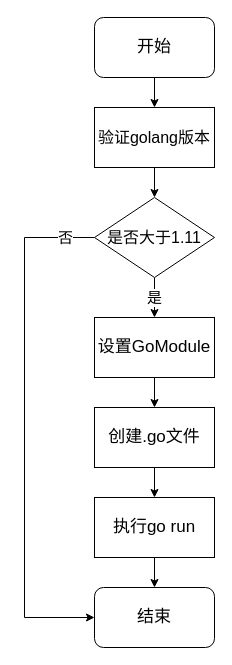
This is golang任务.drawio from tianshengdiwangK/common, a draw.io file, before an edit. Source tidied: cells renumbered, new cells numbered last; positions are measured from the earlier drawing's top-left corner, leaving out a move shared by most shapes. Both pictures are drawn from the tidied source at 100%, with x=0, y=0 at pixel (24, 17).
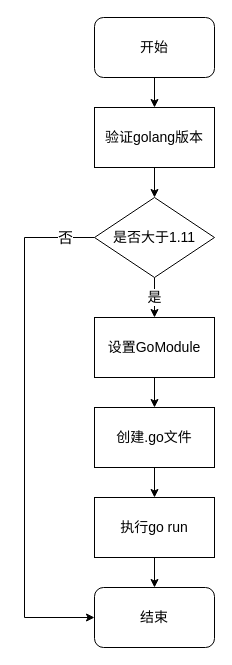
After the change.

Change to the diagram source:
```diff
@@
 <mxGraphModel>
   <root>
     <mxCell id="0" />
     <mxCell id="1" parent="0" />
     <mxCell id="2" style="edgeStyle=orthogonalEdgeStyle;rounded=0;jettySize=auto;html=1;entryX=0.5;entryY=0;entryDx=0;entryDy=0;" parent="1" edge="1" source="3" target="5">
       <mxGeometry relative="1" as="geometry" />
     </mxCell>
-    <mxCell id="3" value="&lt;font style=&quot;font-size: 17px;&quot;&gt;开始&lt;/font&gt;" style="rounded=1;whiteSpace=wrap;html=1;" parent="1" vertex="1">
+    <mxCell id="3" value="&lt;font style=&quot;font-size: 14px;&quot;&gt;开始&lt;/font&gt;" style="rounded=1;whiteSpace=wrap;html=1;" parent="1" vertex="1">
       <mxGeometry x="70" width="120" height="60" as="geometry" />
     </mxCell>
     <mxCell id="4" style="edgeStyle=orthogonalEdgeStyle;rounded=0;jettySize=auto;html=1;entryX=0.5;entryY=0;entryDx=0;entryDy=0;" parent="1" edge="1" source="5" target="9">
       <mxGeometry relative="1" as="geometry" />
     </mxCell>
-    <mxCell id="5" value="&lt;font style=&quot;font-size: 16px;&quot;&gt;验证golang版本&lt;/font&gt;" style="rounded=0;whiteSpace=wrap;html=1;" parent="1" vertex="1">
+    <mxCell id="5" value="&lt;font style=&quot;font-size: 14px;&quot;&gt;验证golang版本&lt;/font&gt;" style="rounded=0;whiteSpace=wrap;html=1;" parent="1" vertex="1">
       <mxGeometry x="70" y="90" width="120" height="60" as="geometry" />
     </mxCell>
-    <mxCell id="6" value="&lt;font style=&quot;font-size: 15px;&quot;&gt;是&lt;/font&gt;" style="edgeStyle=orthogonalEdgeStyle;rounded=0;jettySize=auto;html=1;entryX=0.5;entryY=0;entryDx=0;entryDy=0;" parent="1" edge="1" source="9" target="11">
+    <mxCell id="6" value="&lt;font style=&quot;font-size: 14px;&quot;&gt;是&lt;/font&gt;" style="edgeStyle=orthogonalEdgeStyle;rounded=0;jettySize=auto;html=1;entryX=0.5;entryY=0;entryDx=0;entryDy=0;" parent="1" edge="1" source="9" target="11">
       <mxGeometry relative="1" as="geometry" />
     </mxCell>
     <mxCell id="7" style="rounded=0;jettySize=auto;html=1;exitX=0;exitY=0.5;exitDx=0;exitDy=0;entryX=0;entryY=0.5;entryDx=0;entryDy=0;edgeStyle=orthogonalEdgeStyle;" parent="1" edge="1" source="9" target="16">
       <mxGeometry relative="1" as="geometry">
         <Array as="points">
           <mxPoint y="220" />
           <mxPoint y="600" />
         </Array>
       </mxGeometry>
     </mxCell>
     <mxCell id="8" value="&lt;font style=&quot;font-size: 15px;&quot;&gt;否&lt;/font&gt;" style="edgeLabel;html=1;align=center;verticalAlign=middle;" parent="7" vertex="1">
       <mxGeometry x="-0.89" y="-1" relative="1" as="geometry">
         <mxPoint x="-1" as="offset" />
       </mxGeometry>
     </mxCell>
-    <mxCell id="9" value="&lt;font style=&quot;font-size: 16px;&quot;&gt;是否大于1.11&lt;/font&gt;" style="rhombus;whiteSpace=wrap;html=1;" parent="1" vertex="1">
+    <mxCell id="9" value="&lt;font style=&quot;font-size: 14px;&quot;&gt;是否大于1.11&lt;/font&gt;" style="rhombus;whiteSpace=wrap;html=1;" parent="1" vertex="1">
       <mxGeometry x="70" y="180" width="120" height="80" as="geometry" />
     </mxCell>
     <mxCell id="10" style="edgeStyle=orthogonalEdgeStyle;rounded=0;jettySize=auto;html=1;entryX=0.5;entryY=0;entryDx=0;entryDy=0;" parent="1" edge="1" source="11" target="13">
       <mxGeometry relative="1" as="geometry" />
     </mxCell>
-    <mxCell id="11" value="&lt;font style=&quot;font-size: 17px;&quot;&gt;设置GoModule&lt;/font&gt;" style="rounded=0;whiteSpace=wrap;html=1;" parent="1" vertex="1">
+    <mxCell id="11" value="&lt;font style=&quot;font-size: 14px;&quot;&gt;设置GoModule&lt;/font&gt;" style="rounded=0;whiteSpace=wrap;html=1;" parent="1" vertex="1">
       <mxGeometry x="70" y="300" width="120" height="60" as="geometry" />
     </mxCell>
     <mxCell id="12" style="edgeStyle=orthogonalEdgeStyle;rounded=0;jettySize=auto;html=1;entryX=0.5;entryY=0;entryDx=0;entryDy=0;" parent="1" edge="1" source="13" target="15">
       <mxGeometry relative="1" as="geometry" />
     </mxCell>
-    <mxCell id="13" value="&lt;font style=&quot;font-size: 17px;&quot;&gt;创建.go文件&lt;/font&gt;" style="rounded=0;whiteSpace=wrap;html=1;" parent="1" vertex="1">
+    <mxCell id="13" value="&lt;font style=&quot;font-size: 14px;&quot;&gt;创建.go文件&lt;/font&gt;" style="rounded=0;whiteSpace=wrap;html=1;" parent="1" vertex="1">
       <mxGeometry x="70" y="390" width="120" height="60" as="geometry" />
     </mxCell>
     <mxCell id="14" style="edgeStyle=orthogonalEdgeStyle;rounded=0;jettySize=auto;html=1;entryX=0.5;entryY=0;entryDx=0;entryDy=0;" parent="1" edge="1" source="15" target="16">
       <mxGeometry relative="1" as="geometry" />
     </mxCell>
-    <mxCell id="15" value="&lt;font style=&quot;font-size: 17px;&quot;&gt;执行go run&lt;/font&gt;" style="rounded=0;whiteSpace=wrap;html=1;" parent="1" vertex="1">
+    <mxCell id="15" value="&lt;font style=&quot;font-size: 14px;&quot;&gt;执行go run&lt;/font&gt;" style="rounded=0;whiteSpace=wrap;html=1;" parent="1" vertex="1">
       <mxGeometry x="70" y="480" width="120" height="60" as="geometry" />
     </mxCell>
-    <mxCell id="16" value="&lt;font style=&quot;font-size: 17px;&quot;&gt;结束&lt;/font&gt;" style="rounded=1;whiteSpace=wrap;html=1;" parent="1" vertex="1">
+    <mxCell id="16" value="&lt;font style=&quot;font-size: 14px;&quot;&gt;结束&lt;/font&gt;" style="rounded=1;whiteSpace=wrap;html=1;" parent="1" vertex="1">
       <mxGeometry x="70" y="570" width="120" height="60" as="geometry" />
     </mxCell>
   </root>
 </mxGraphModel>
```
